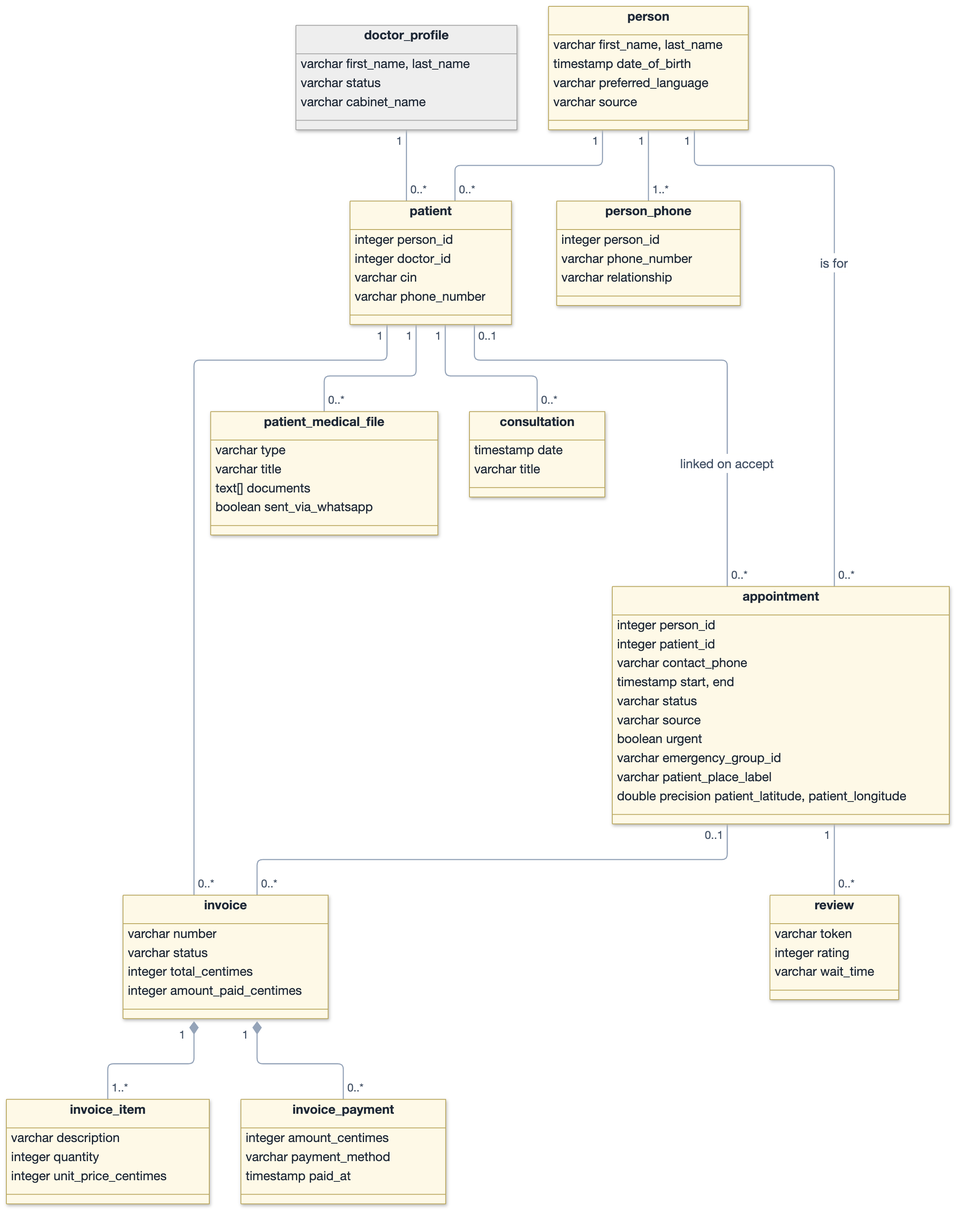
Earlier version of the Mermaid export images/diagrams/class_diagram_people_care.png (AtriOmar/riaya-report). Its source is kept beside it as images/diagrams/src/class_diagram_people_care.mmd.
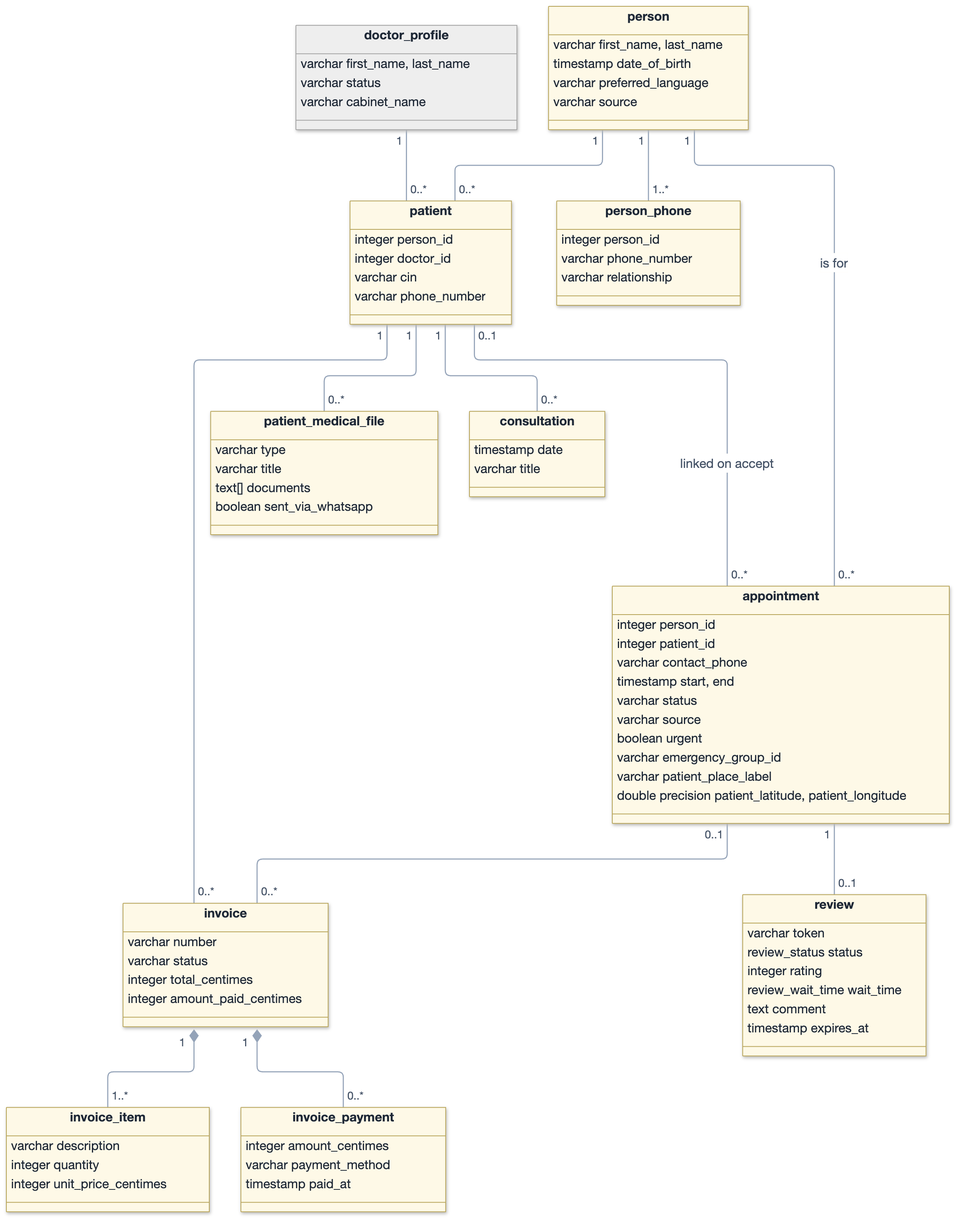
The same diagram one commit later.

The edit, as a diff of the source:
```diff
@@ -37,8 +37,11 @@
 }
 class review {
   varchar token
+  review_status status
   integer rating
-  varchar wait_time
+  review_wait_time wait_time
+  text comment
+  timestamp expires_at
 }
 class consultation {
   timestamp date
@@ -74,7 +77,7 @@
 patient "0..1" -- "0..*" appointment : linked on accept
 patient "1" -- "0..*" consultation
 patient "1" -- "0..*" patient_medical_file
-appointment "1" -- "0..*" review
+appointment "1" -- "0..1" review
 appointment "0..1" -- "0..*" invoice
 patient "1" -- "0..*" invoice
 invoice "1" *-- "1..*" invoice_item
```
